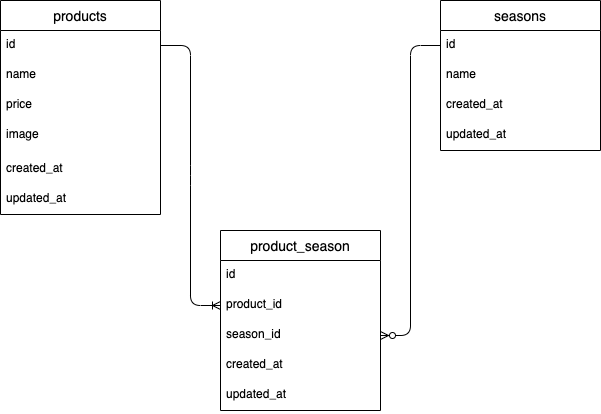
Before: ER.drawio.png, a diagram exported from draw.io (Lemon253/Freshly_picked). Source tidied: cells renumbered, new cells last; positions are measured from the earlier drawing's top-left corner, leaving out a move shared by most shapes.
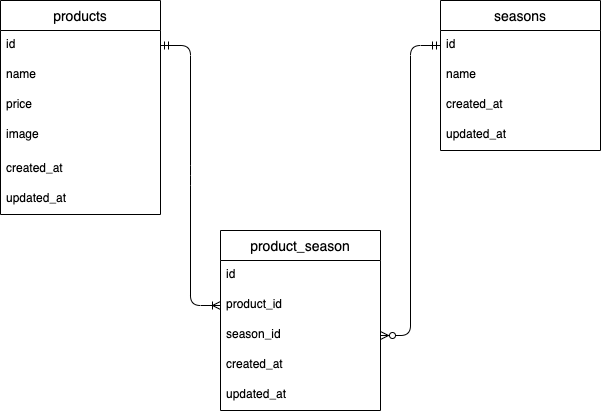
Above is the later version.

Change to the diagram source:
```diff
@@ -56,15 +56,11 @@
     <mxCell id="19" value="updated_at" style="text;strokeColor=none;fillColor=none;spacingLeft=4;spacingRight=4;overflow=hidden;fontSize=12;whiteSpace=wrap;html=1;" parent="14" vertex="1">
       <mxGeometry y="150" width="160" height="30" as="geometry" />
     </mxCell>
-    <mxCell id="20" style="edgeStyle=entityRelationEdgeStyle;fontSize=12;html=1;endArrow=ERoneToMany;exitX=1;exitY=0.5;exitDx=0;exitDy=0;entryX=0;entryY=0.5;entryDx=0;entryDy=0;" parent="1" edge="1" source="3" target="16">
+    <mxCell id="20" style="edgeStyle=entityRelationEdgeStyle;fontSize=12;html=1;endArrow=ERoneToMany;startArrow=ERmandOne;exitX=1;exitY=0.5;exitDx=0;exitDy=0;entryX=0;entryY=0.5;entryDx=0;entryDy=0;" parent="1" edge="1" source="3" target="16">
       <mxGeometry relative="1" as="geometry" />
     </mxCell>
-    <mxCell id="21" style="edgeStyle=entityRelationEdgeStyle;fontSize=12;html=1;endArrow=ERzeroToMany;endFill=1;exitX=0;exitY=0.5;exitDx=0;exitDy=0;entryX=1;entryY=0.5;entryDx=0;entryDy=0;" parent="1" edge="1" source="10" target="17">
-      <mxGeometry relative="1" as="geometry">
-        <Array as="points">
-          <mxPoint x="450" y="280" />
-        </Array>
-      </mxGeometry>
+    <mxCell id="21" style="edgeStyle=entityRelationEdgeStyle;fontSize=12;html=1;endArrow=ERzeroToMany;startArrow=ERmandOne;exitX=0;exitY=0.5;exitDx=0;exitDy=0;" parent="1" edge="1" source="10" target="17">
+      <mxGeometry relative="1" as="geometry" />
     </mxCell>
   </root>
 </mxGraphModel>
```
